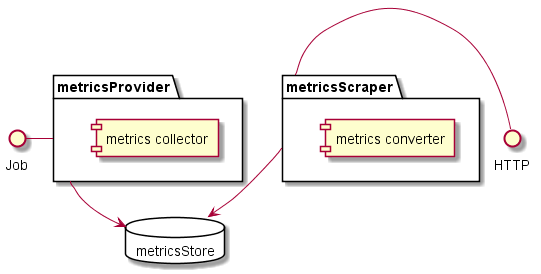
This is out/architecture/architecture_component/component_diagram.png from abap-observability-tools/abap-metrics-provider, a PlantUML export, as it was before one commit.
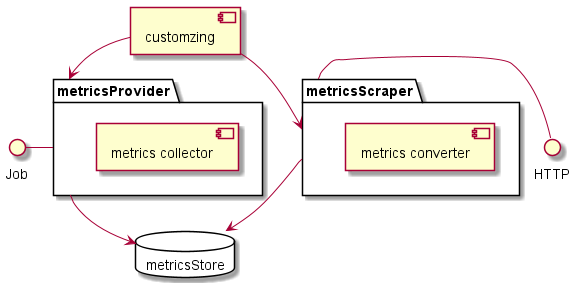
Later version of the same file.

Commit message:
added component customizing in architecture UML

What changed in the source:
```diff
@@ -4,6 +4,8 @@
 HTTP - metricsScraper
 metricsProvider --> metricsStore
 metricsScraper --> metricsStore
+[customzing] --> metricsProvider
+[customzing] --> metricsScraper
 package "metricsProvider" {
   [metrics collector]
 }
```
